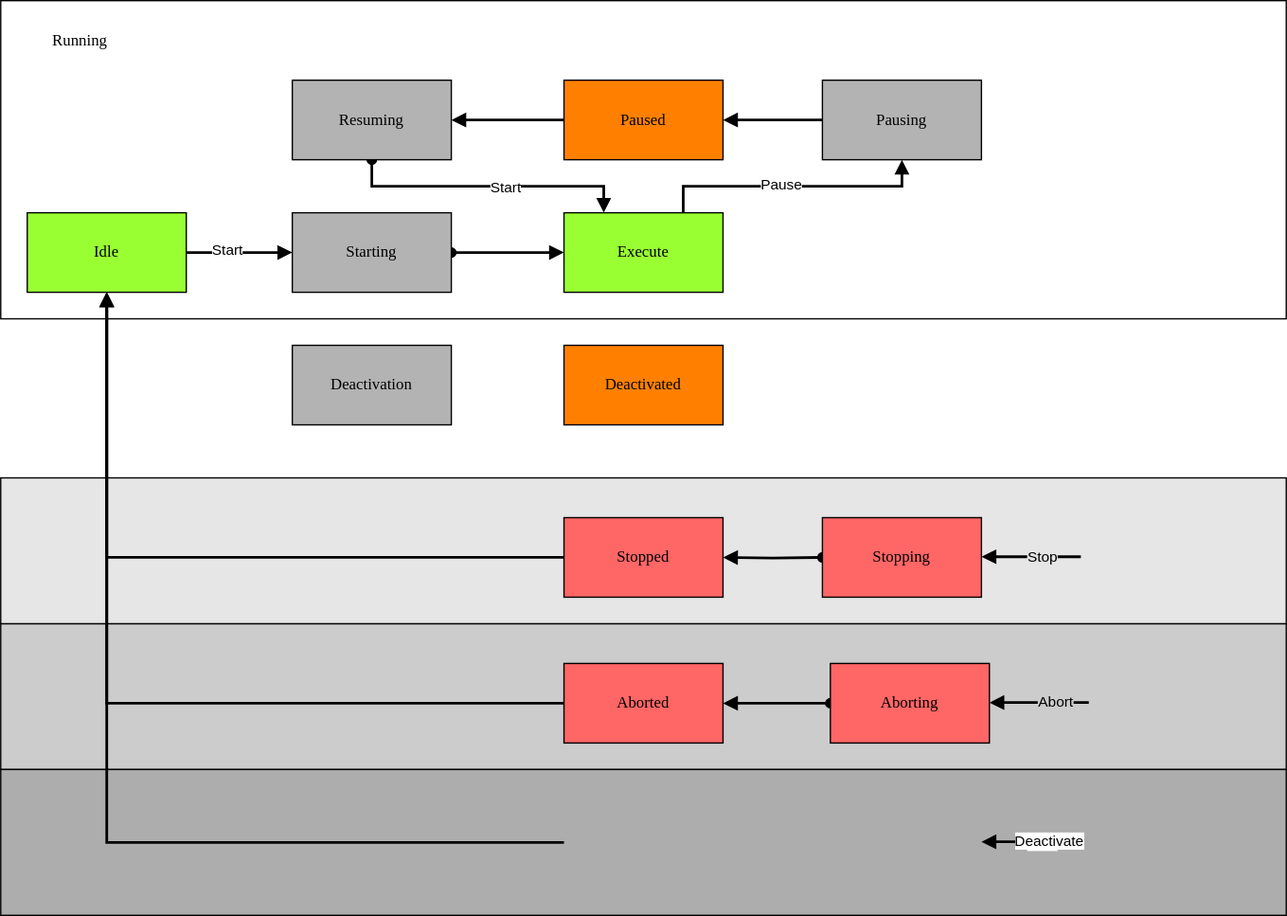
Before: docs/StateMachine.drawio.svg, a diagram exported from draw.io (PeterZerlauth/Tc3_Component). Source tidied: cells renumbered, new cells last; positions are measured from the earlier drawing's top-left corner, leaving out a move shared by most shapes.
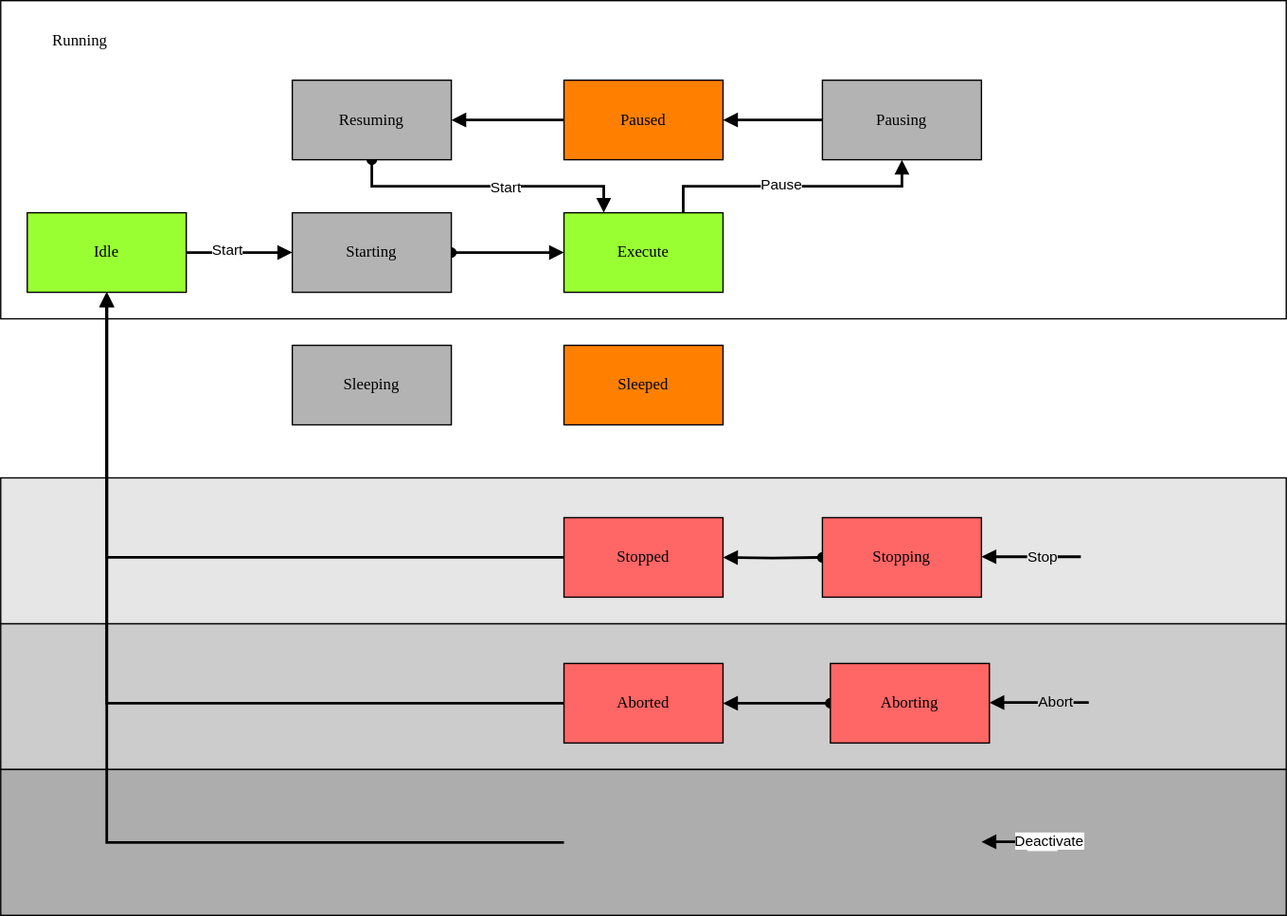
After the change.

What changed in the source:
```diff
@@ -117,10 +117,10 @@
     <mxCell id="33" style="rounded=0;whiteSpace=wrap;html=1;fontFamily=Helvetica;fontSize=11;fontColor=default;labelBackgroundColor=default;fillColor=#ADADAD;" parent="1" vertex="1">
       <mxGeometry y="580" width="970" height="110" as="geometry" />
     </mxCell>
-    <mxCell id="34" value="Deactivated" style="rounded=0;whiteSpace=wrap;html=1;arcSize=24;fillColor=#FF8000;strokeColor=#000000;shadow=0;comic=0;labelBackgroundColor=none;fontFamily=Verdana;fontSize=12;fontColor=#000000;align=center;" parent="1" vertex="1">
+    <mxCell id="34" value="Sleeped" style="rounded=0;whiteSpace=wrap;html=1;arcSize=24;fillColor=#FF8000;strokeColor=#000000;shadow=0;comic=0;labelBackgroundColor=none;fontFamily=Verdana;fontSize=12;fontColor=#000000;align=center;" parent="1" vertex="1">
       <mxGeometry x="425" y="260" width="120" height="60" as="geometry" />
     </mxCell>
-    <mxCell id="35" value="Deactivation" style="rounded=0;whiteSpace=wrap;html=1;arcSize=24;fillColor=#B3B3B3;strokeColor=#000000;shadow=0;comic=0;labelBackgroundColor=none;fontFamily=Verdana;fontSize=12;fontColor=#000000;align=center;" parent="1" vertex="1">
+    <mxCell id="35" value="Sleeping" style="rounded=0;whiteSpace=wrap;html=1;arcSize=24;fillColor=#B3B3B3;strokeColor=#000000;shadow=0;comic=0;labelBackgroundColor=none;fontFamily=Verdana;fontSize=12;fontColor=#000000;align=center;" parent="1" vertex="1">
       <mxGeometry x="220" y="260" width="120" height="60" as="geometry" />
     </mxCell>
     <mxCell id="36" style="edgeStyle=orthogonalEdgeStyle;rounded=0;orthogonalLoop=1;jettySize=auto;html=1;strokeColor=default;align=center;verticalAlign=middle;fontFamily=Helvetica;fontSize=11;fontColor=default;labelBackgroundColor=default;endArrow=block;endFill=1;strokeWidth=2;" parent="1" edge="1">
```
